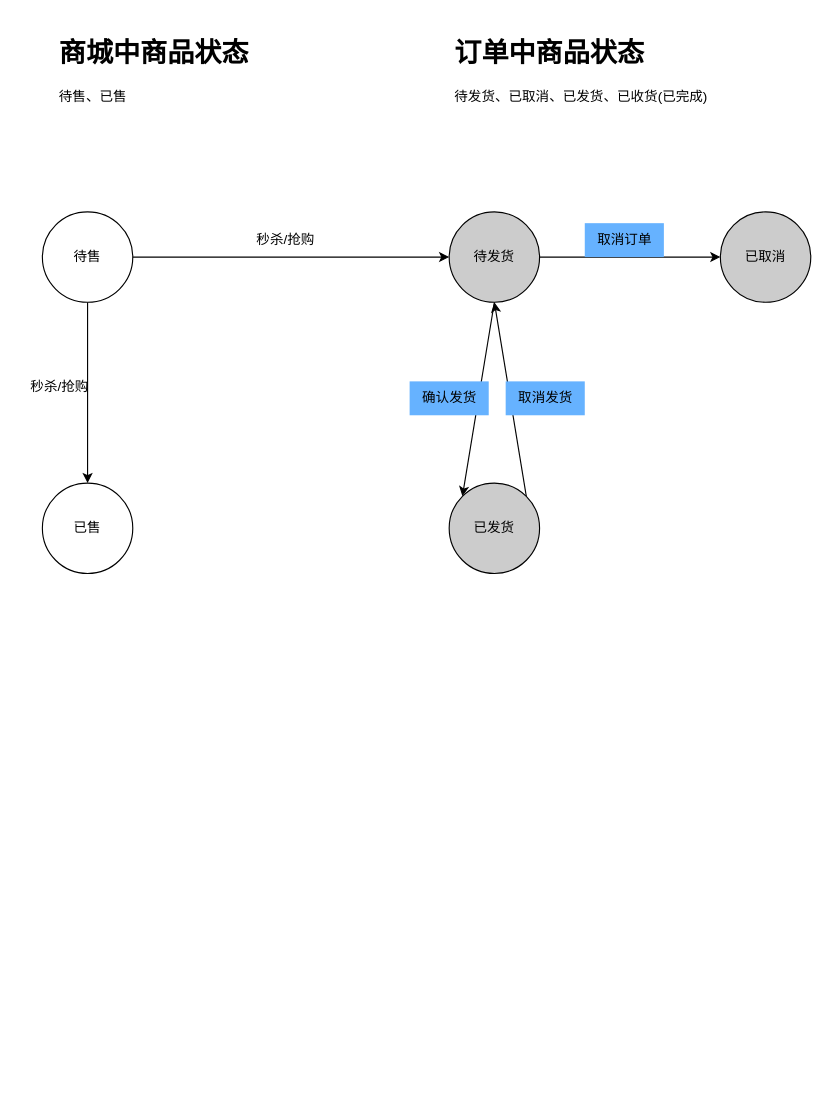
Before: design.drawio in huning-tech/draw-io, a draw.io diagram. Source tidied: cells renumbered, new cells numbered last; positions are measured from the earlier drawing's top-left corner, leaving out a move shared by most shapes. Both pictures are drawn from the tidied source at 113%, with x=0, y=0 at pixel (19, 31).
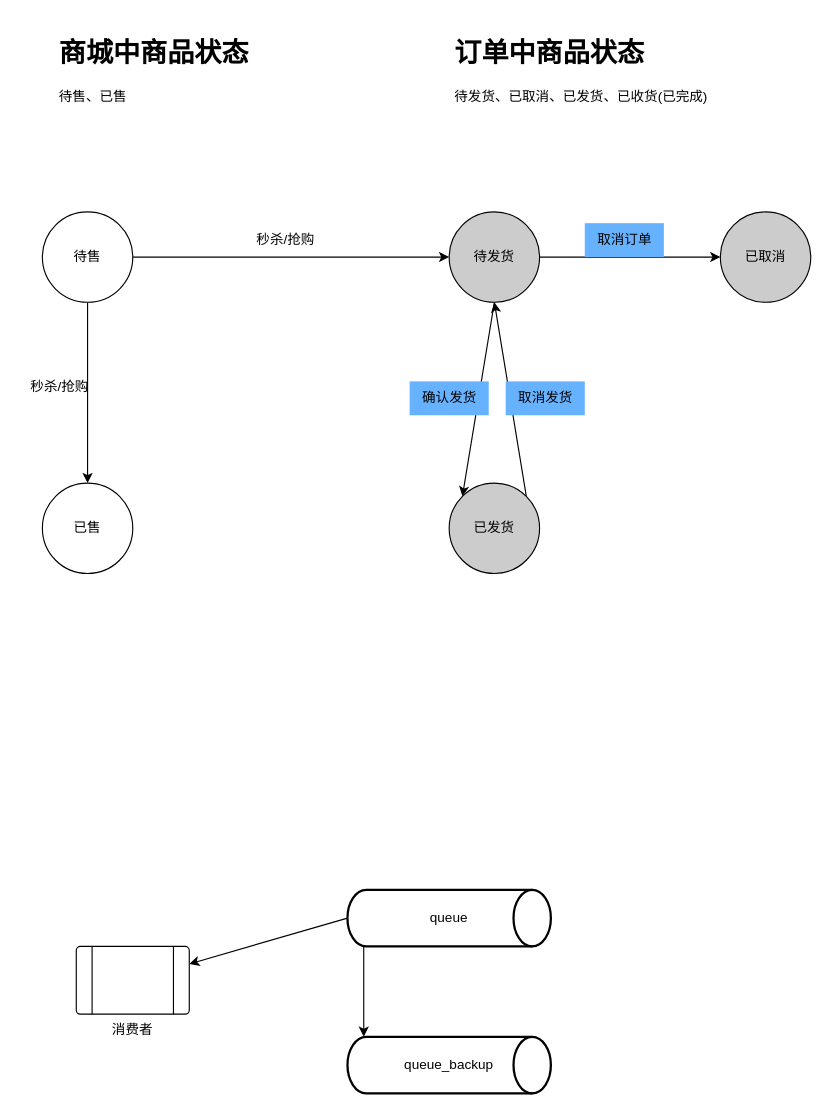
The same diagram, later.

Change to the diagram source:
```diff
@@
+    <mxCell id="19" style="edgeStyle=orthogonalEdgeStyle;rounded=0;jettySize=auto;html=1;exitX=0.08;exitY=1;exitDx=0;exitDy=0;exitPerimeter=0;entryX=0.08;entryY=0;entryDx=0;entryDy=0;entryPerimeter=0;" parent="1" edge="1" source="21" target="22">
+      <mxGeometry relative="1" as="geometry" />
+    </mxCell>
+    <mxCell id="20" style="rounded=0;jettySize=auto;html=1;exitX=0;exitY=0.5;exitDx=0;exitDy=0;exitPerimeter=0;" parent="1" edge="1" source="21" target="23">
+      <mxGeometry relative="1" as="geometry" />
+    </mxCell>
+    <mxCell id="21" value="queue" style="strokeWidth=2;html=1;shape=mxgraph.flowchart.direct_data;whiteSpace=wrap;" parent="1" vertex="1">
+      <mxGeometry x="290" y="760" width="180" height="50" as="geometry" />
+    </mxCell>
+    <mxCell id="22" value="queue_backup" style="strokeWidth=2;html=1;shape=mxgraph.flowchart.direct_data;whiteSpace=wrap;" parent="1" vertex="1">
+      <mxGeometry x="290" y="890" width="180" height="50" as="geometry" />
+    </mxCell>
+    <mxCell id="23" value="消费者" style="verticalLabelPosition=bottom;verticalAlign=top;html=1;shape=process;whiteSpace=wrap;rounded=1;size=0.14;arcSize=6;" parent="1" vertex="1">
+      <mxGeometry x="50" y="810" width="100" height="60" as="geometry" />
+    </mxCell>
```
